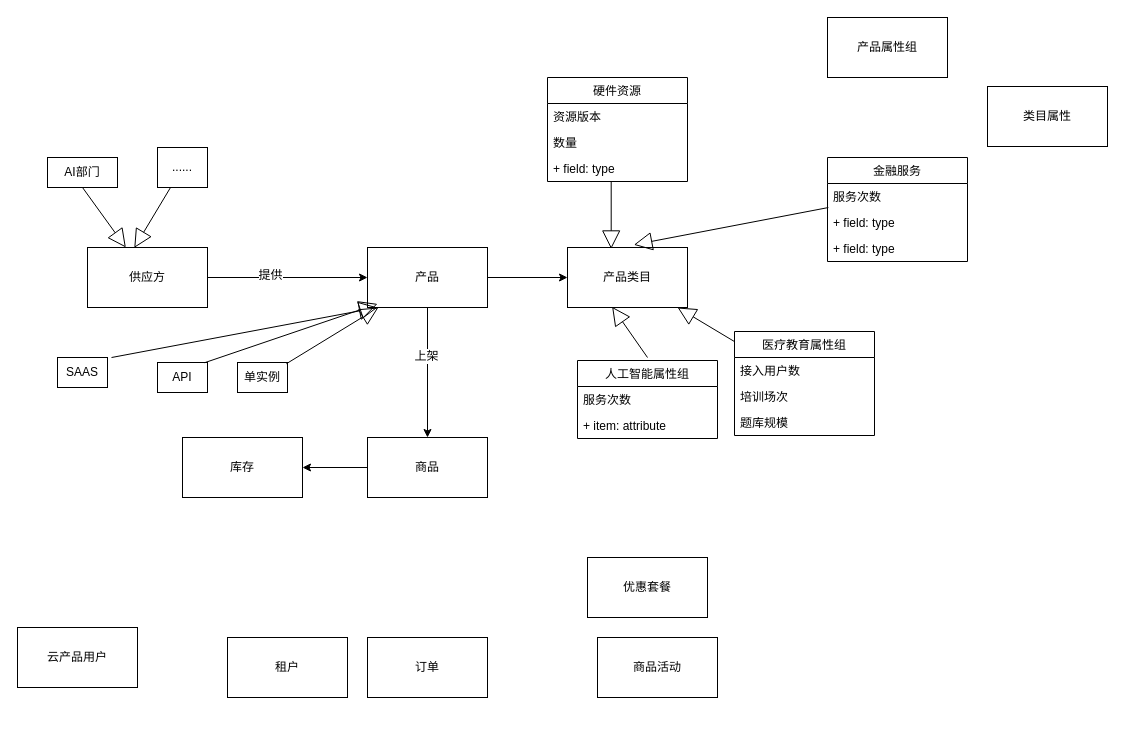
The draw.io diagram page "Page-4" (4 of 4) of 微医云模块.drawio in liaosg/test, before the edit. Source tidied: cells renumbered, new cells numbered last; positions are measured from the earlier drawing's top-left corner, leaving out a move shared by most shapes. Both pictures are drawn from the tidied source at 100%, with x=0, y=0 at pixel (17, 17).
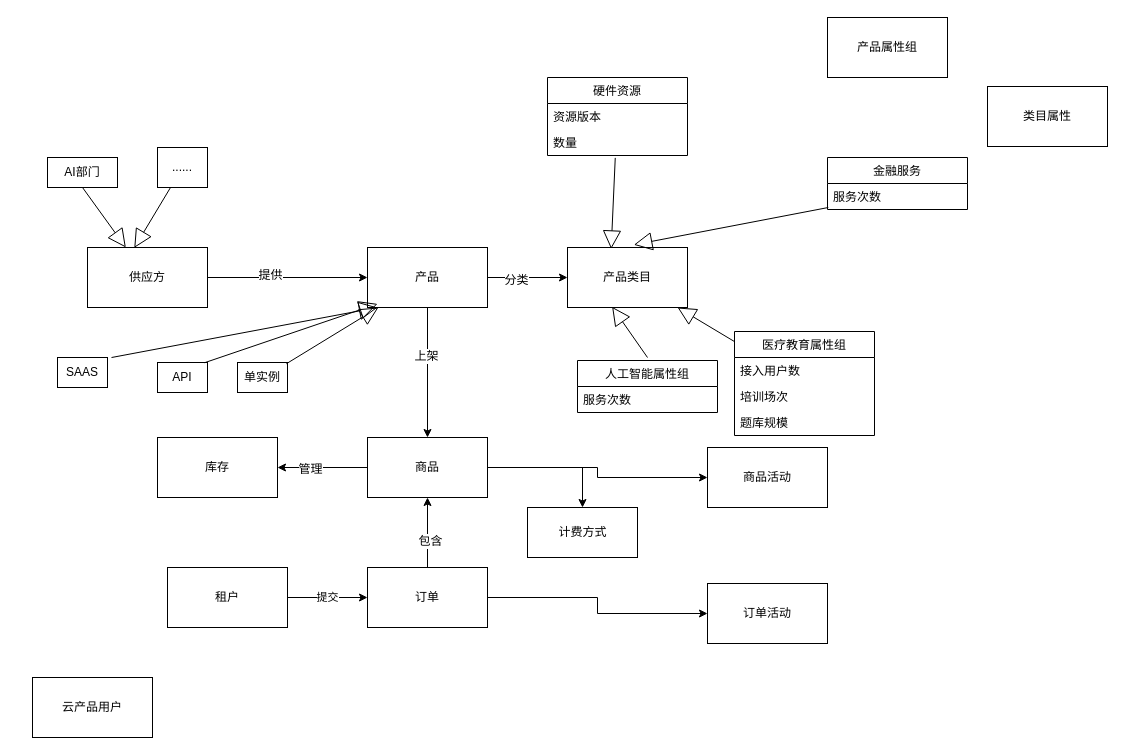
Above is the later version.

Commit message:
Update 微医云模块.drawio

The change refers to these unchanged cells:
```xml
<mxCell id="4" style="edgeStyle=orthogonalEdgeStyle;rounded=0;jettySize=auto;html=1;entryX=0;entryY=0.5;entryDx=0;entryDy=0;" parent="1" edge="1" source="5" target="11">
  <mxGeometry relative="1" as="geometry" />
</mxCell>
<mxCell id="11" value="产品类目" style="rounded=0;whiteSpace=wrap;html=1;" parent="1" vertex="1">
  <mxGeometry x="550" y="230" width="120" height="60" as="geometry" />
</mxCell>
<mxCell id="12" style="edgeStyle=orthogonalEdgeStyle;rounded=0;jettySize=auto;html=1;entryX=1;entryY=0.5;entryDx=0;entryDy=0;" parent="1" edge="1" source="13" target="19">
  <mxGeometry relative="1" as="geometry" />
</mxCell>
<mxCell id="13" value="商品" style="rounded=0;whiteSpace=wrap;html=1;" parent="1" vertex="1">
  <mxGeometry x="350" y="420" width="120" height="60" as="geometry" />
</mxCell>
<mxCell id="41" value="数量" style="text;strokeColor=none;fillColor=none;align=left;verticalAlign=top;spacingLeft=4;spacingRight=4;overflow=hidden;points=[[0,0.5],[1,0.5]];portConstraint=eastwest;" parent="39" vertex="1">
  <mxGeometry y="52" width="140" height="26" as="geometry" />
</mxCell>
```

What changed in the source:
```diff
@@
+    <mxCell id="49" value="分类" style="text;html=1;align=center;verticalAlign=middle;labelBackgroundColor=#ffffff;" parent="4" vertex="1">
+      <mxGeometry x="-0.29" y="-2" relative="1" as="geometry" />
+    </mxCell>
@@
+    <mxCell id="50" value="管理" style="text;html=1;align=center;verticalAlign=middle;labelBackgroundColor=#ffffff;" parent="12" vertex="1">
+      <mxGeometry x="0.29" y="1" relative="1" as="geometry" />
+    </mxCell>
+    <mxCell id="51" style="edgeStyle=orthogonalEdgeStyle;rounded=0;jettySize=auto;html=1;" parent="1" edge="1" source="13" target="57">
+      <mxGeometry relative="1" as="geometry" />
+    </mxCell>
+    <mxCell id="52" style="edgeStyle=orthogonalEdgeStyle;rounded=0;jettySize=auto;html=1;entryX=0;entryY=0.5;entryDx=0;entryDy=0;" parent="1" edge="1" source="13" target="21">
+      <mxGeometry relative="1" as="geometry" />
+    </mxCell>
@@
+    <mxCell id="53" style="edgeStyle=orthogonalEdgeStyle;rounded=0;jettySize=auto;html=1;" parent="1" edge="1" source="14" target="13">
+      <mxGeometry relative="1" as="geometry" />
+    </mxCell>
+    <mxCell id="54" value="包含" style="text;html=1;align=center;verticalAlign=middle;labelBackgroundColor=#ffffff;" parent="53" vertex="1">
+      <mxGeometry x="-0.22" y="-2" relative="1" as="geometry" />
+    </mxCell>
+    <mxCell id="55" style="edgeStyle=orthogonalEdgeStyle;rounded=0;jettySize=auto;html=1;" parent="1" edge="1" source="14" target="58">
+      <mxGeometry relative="1" as="geometry" />
+    </mxCell>
     <mxCell id="14" value="订单" style="rounded=0;whiteSpace=wrap;html=1;" parent="1" vertex="1">
-      <mxGeometry x="350" y="620" width="120" height="60" as="geometry" />
+      <mxGeometry x="350" y="550" width="120" height="60" as="geometry" />
     </mxCell>
     <mxCell id="15" value="云产品用户" style="rounded=0;whiteSpace=wrap;html=1;" parent="1" vertex="1">
-      <mxGeometry y="610" width="120" height="60" as="geometry" />
+      <mxGeometry x="15" y="660" width="120" height="60" as="geometry" />
     </mxCell>
+    <mxCell id="56" value="提交" style="edgeStyle=orthogonalEdgeStyle;rounded=0;jettySize=auto;html=1;" parent="1" edge="1" source="16" target="14">
+      <mxGeometry relative="1" as="geometry" />
+    </mxCell>
     <mxCell id="16" value="租户" style="rounded=0;whiteSpace=wrap;html=1;" parent="1" vertex="1">
-      <mxGeometry x="210" y="620" width="120" height="60" as="geometry" />
+      <mxGeometry x="150" y="550" width="120" height="60" as="geometry" />
     </mxCell>
@@
     <mxCell id="19" value="库存" style="rounded=0;whiteSpace=wrap;html=1;" parent="1" vertex="1">
-      <mxGeometry x="165" y="420" width="120" height="60" as="geometry" />
+      <mxGeometry x="140" y="420" width="120" height="60" as="geometry" />
     </mxCell>
-    <mxCell id="20" value="优惠套餐" style="rounded=0;whiteSpace=wrap;html=1;" parent="1" vertex="1">
-      <mxGeometry x="570" y="540" width="120" height="60" as="geometry" />
-    </mxCell>
     <mxCell id="21" value="商品活动" style="rounded=0;whiteSpace=wrap;html=1;" parent="1" vertex="1">
-      <mxGeometry x="580" y="620" width="120" height="60" as="geometry" />
+      <mxGeometry x="690" y="430" width="120" height="60" as="geometry" />
     </mxCell>
@@
-    <mxCell id="30" style="endArrow=block;endSize=16;endFill=0;html=1;entryX=0.553;entryY=-0.045;entryDx=0;entryDy=0;entryPerimeter=0;exitX=0.006;exitY=-0.075;exitDx=0;exitDy=0;exitPerimeter=0;" parent="1" edge="1" source="45" target="11">
-      <mxGeometry relative="1" as="geometry" />
+    <mxCell id="30" style="endArrow=block;endSize=16;endFill=0;html=1;entryX=0.553;entryY=-0.045;entryDx=0;entryDy=0;entryPerimeter=0;exitX=0.006;exitY=-0.075;exitDx=0;exitDy=0;exitPerimeter=0;" parent="1" edge="1" target="11">
+      <mxGeometry relative="1" as="geometry">
+        <mxPoint x="810.8" y="190" as="sourcePoint" />
+      </mxGeometry>
     </mxCell>
     <mxCell id="31" value="人工智能属性组" style="swimlane;fontStyle=0;horizontal=1;startSize=26;fillColor=none;" parent="1" vertex="1">
-      <mxGeometry x="560" y="343" width="140" height="78" as="geometry" />
+      <mxGeometry x="560" y="343" width="140" height="52" as="geometry" />
     </mxCell>
@@
-    <mxCell id="33" value="+ item: attribute" style="text;strokeColor=none;fillColor=none;align=left;verticalAlign=top;spacingLeft=4;spacingRight=4;overflow=hidden;" parent="31" vertex="1">
-      <mxGeometry y="52" width="140" height="26" as="geometry" />
-    </mxCell>
@@
     <mxCell id="39" value="硬件资源" style="swimlane;fontStyle=0;horizontal=1;startSize=26;fillColor=none;" parent="1" vertex="1">
-      <mxGeometry x="530" y="60" width="140" height="104" as="geometry" />
+      <mxGeometry x="530" y="60" width="140" height="78" as="geometry" />
     </mxCell>
@@
-    <mxCell id="42" value="+ field: type" style="text;strokeColor=none;fillColor=none;align=left;verticalAlign=top;spacingLeft=4;spacingRight=4;overflow=hidden;points=[[0,0.5],[1,0.5]];portConstraint=eastwest;" parent="39" vertex="1">
-      <mxGeometry y="78" width="140" height="26" as="geometry" />
-    </mxCell>
     <mxCell id="43" value="金融服务" style="swimlane;fontStyle=0;horizontal=1;startSize=26;fillColor=none;" parent="1" vertex="1">
-      <mxGeometry x="810" y="140" width="140" height="104" as="geometry" />
+      <mxGeometry x="810" y="140" width="140" height="52" as="geometry" />
     </mxCell>
@@
-    <mxCell id="45" value="+ field: type" style="text;strokeColor=none;fillColor=none;align=left;verticalAlign=top;spacingLeft=4;spacingRight=4;overflow=hidden;points=[[0,0.5],[1,0.5]];portConstraint=eastwest;" parent="43" vertex="1">
-      <mxGeometry y="52" width="140" height="26" as="geometry" />
-    </mxCell>
-    <mxCell id="46" value="+ field: type" style="text;strokeColor=none;fillColor=none;align=left;verticalAlign=top;spacingLeft=4;spacingRight=4;overflow=hidden;" parent="43" vertex="1">
-      <mxGeometry y="78" width="140" height="26" as="geometry" />
-    </mxCell>
@@
-    <mxCell id="48" style="endArrow=block;endSize=16;endFill=0;html=1;entryX=0.364;entryY=0.024;entryDx=0;entryDy=0;entryPerimeter=0;exitX=0.455;exitY=1.007;exitDx=0;exitDy=0;exitPerimeter=0;" parent="1" edge="1" source="42" target="11">
+    <mxCell id="48" style="endArrow=block;endSize=16;endFill=0;html=1;entryX=0.364;entryY=0.024;entryDx=0;entryDy=0;entryPerimeter=0;exitX=0.484;exitY=1.092;exitDx=0;exitDy=0;exitPerimeter=0;" parent="1" edge="1" source="41" target="11">
       <mxGeometry relative="1" as="geometry" />
     </mxCell>
+    <mxCell id="57" value="计费方式" style="html=1;" parent="1" vertex="1">
+      <mxGeometry x="510" y="490" width="110" height="50" as="geometry" />
+    </mxCell>
+    <mxCell id="58" value="订单活动" style="rounded=0;whiteSpace=wrap;html=1;" parent="1" vertex="1">
+      <mxGeometry x="690" y="566" width="120" height="60" as="geometry" />
+    </mxCell>
```
